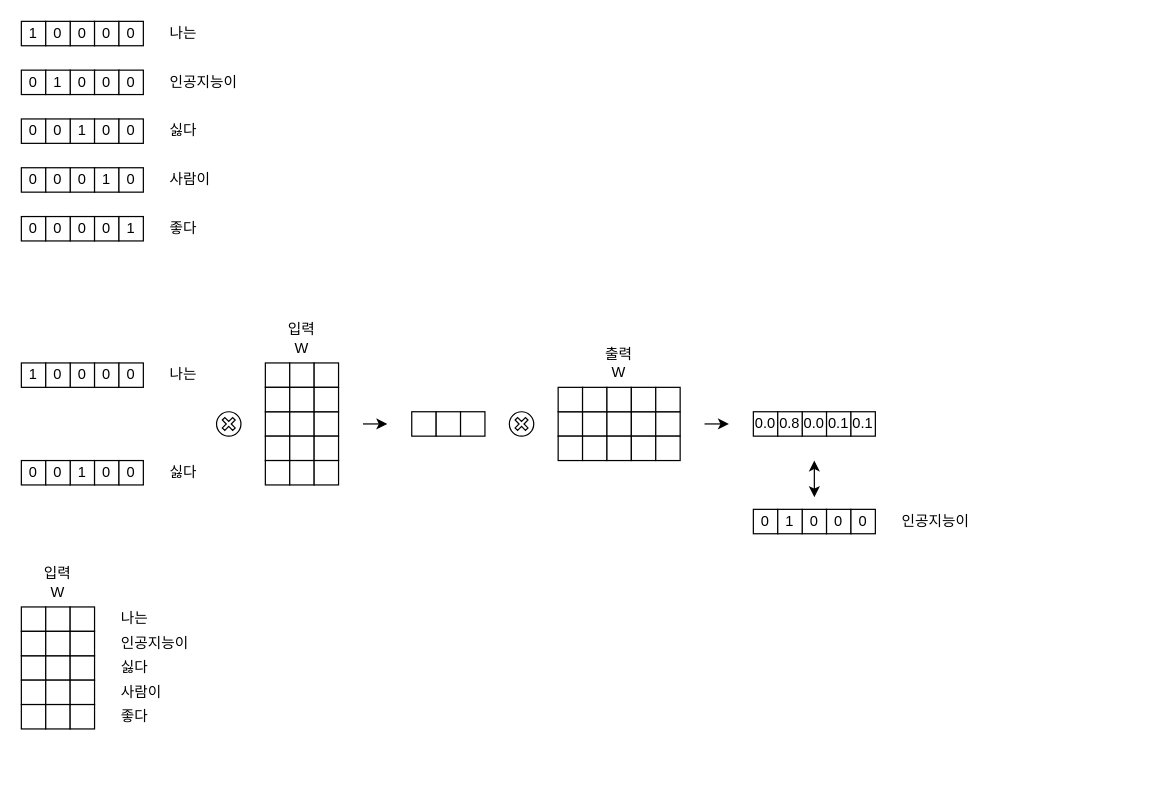
Above: media/posts/nlp_basic/dl_word2vec.drawio in chorockuin/chorockuin.github.io (draw.io), before the change. Source tidied: cells renumbered, new cells numbered last; positions are measured from the earlier drawing's top-left corner, leaving out a move shared by most shapes. Both pictures are drawn from the tidied source at 122%, with x=0, y=0 at pixel (21, 21).
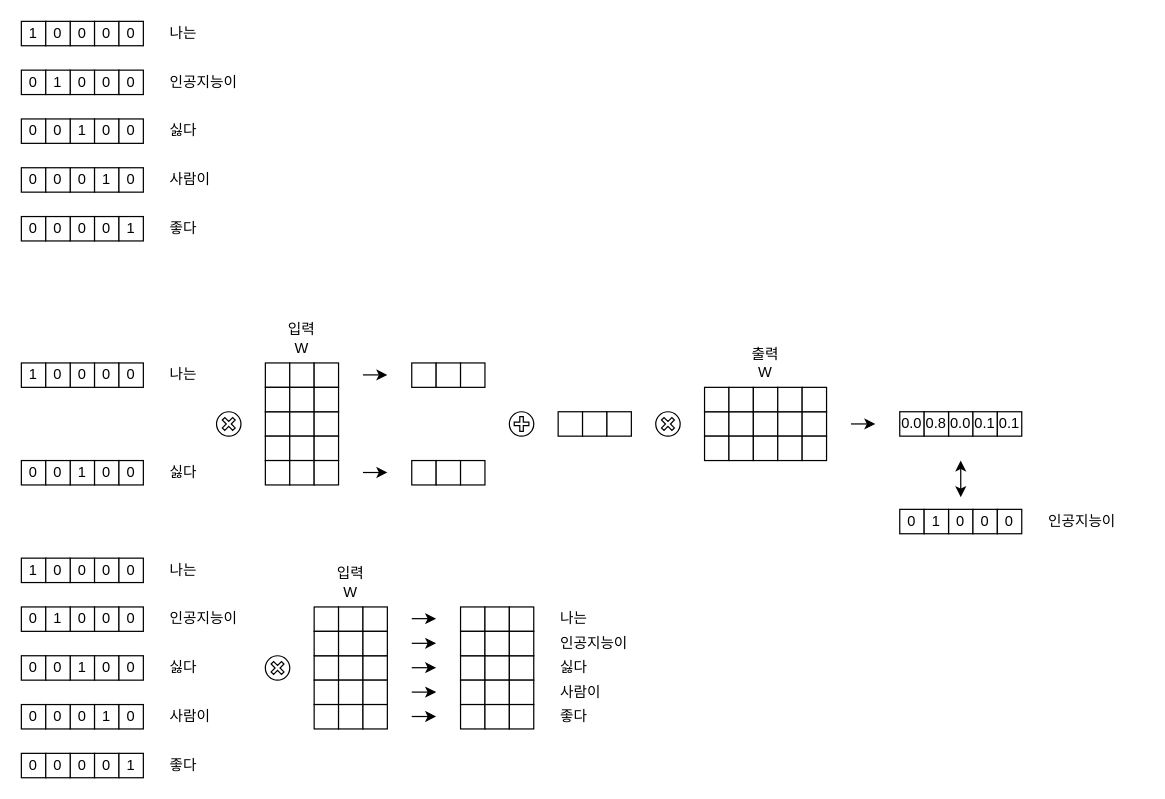
The same page after the edit.

The edit, as a diff of the source:
```diff
@@
     <mxCell id="16" style="group;" parent="1" vertex="1">
-      <mxGeometry x="600" y="400" width="100" height="20" as="geometry" />
+      <mxGeometry x="720" y="400" width="100" height="20" as="geometry" />
     </mxCell>
@@
     <mxCell id="22" value="인공지능이" style="text;html=1;strokeColor=none;fillColor=none;align=left;verticalAlign=middle;whiteSpace=wrap;rounded=0;" parent="1" vertex="1">
-      <mxGeometry x="720" y="400" width="80" height="20" as="geometry" />
+      <mxGeometry x="840" y="400" width="80" height="20" as="geometry" />
     </mxCell>
@@
-    <mxCell id="40" style="edgeStyle=orthogonalEdgeStyle;rounded=0;orthogonalLoop=1;jettySize=auto;html=1;fontSize=16;" parent="1" edge="1">
-      <mxGeometry relative="1" as="geometry">
-        <mxPoint x="280" y="330" as="sourcePoint" />
-        <mxPoint x="300" y="330" as="targetPoint" />
-      </mxGeometry>
-    </mxCell>
     <mxCell id="41" style="group;" parent="1" vertex="1">
-      <mxGeometry x="320" y="320" width="60" height="20" as="geometry" />
+      <mxGeometry x="440" y="320" width="60" height="20" as="geometry" />
     </mxCell>
@@
     <mxCell id="45" style="group;" parent="1" vertex="1">
-      <mxGeometry x="440" y="300" width="20" height="60" as="geometry" />
+      <mxGeometry x="560" y="300" width="20" height="60" as="geometry" />
     </mxCell>
@@
     <mxCell id="49" style="group;" parent="1" vertex="1">
-      <mxGeometry x="460" y="300" width="20" height="60" as="geometry" />
+      <mxGeometry x="580" y="300" width="20" height="60" as="geometry" />
     </mxCell>
@@
     <mxCell id="53" style="group;" parent="1" vertex="1">
-      <mxGeometry x="480" y="300" width="20" height="60" as="geometry" />
+      <mxGeometry x="600" y="300" width="20" height="60" as="geometry" />
     </mxCell>
@@
     <mxCell id="57" style="group;" parent="1" vertex="1">
-      <mxGeometry x="500" y="300" width="20" height="60" as="geometry" />
+      <mxGeometry x="620" y="300" width="20" height="60" as="geometry" />
     </mxCell>
@@
     <mxCell id="61" style="group;" parent="1" vertex="1">
-      <mxGeometry x="520" y="300" width="20" height="60" as="geometry" />
+      <mxGeometry x="640" y="300" width="20" height="60" as="geometry" />
     </mxCell>
@@
     <mxCell id="65" style="edgeStyle=orthogonalEdgeStyle;rounded=0;orthogonalLoop=1;jettySize=auto;html=1;fontSize=16;" parent="1" edge="1">
       <mxGeometry relative="1" as="geometry">
-        <mxPoint x="560" y="330" as="sourcePoint" />
-        <mxPoint x="580" y="330" as="targetPoint" />
+        <mxPoint x="680" y="330" as="sourcePoint" />
+        <mxPoint x="700" y="330" as="targetPoint" />
       </mxGeometry>
     </mxCell>
     <mxCell id="66" style="shape=mxgraph.bpmn.shape;html=1;verticalLabelPosition=bottom;labelBackgroundColor=#ffffff;verticalAlign=top;align=center;perimeter=ellipsePerimeter;outline=standard;symbol=parallelMultiple;strokeColor=#000000;fillColor=none;fontColor=#B3B3B3;rotation=-45;" parent="1" vertex="1">
-      <mxGeometry x="400" y="320" width="20" height="20" as="geometry" />
+      <mxGeometry x="520" y="320" width="20" height="20" as="geometry" />
     </mxCell>
     <mxCell id="67" value="출력&lt;br&gt;W" style="text;html=1;strokeColor=none;fillColor=none;align=center;verticalAlign=middle;whiteSpace=wrap;rounded=0;" parent="1" vertex="1">
-      <mxGeometry x="460" y="260" width="60" height="40" as="geometry" />
+      <mxGeometry x="580" y="260" width="60" height="40" as="geometry" />
     </mxCell>
@@
     <mxCell id="104" style="group;" parent="1" vertex="1">
-      <mxGeometry y="480" width="60" height="100" as="geometry" />
+      <mxGeometry x="240" y="480" width="60" height="100" as="geometry" />
     </mxCell>
@@
     <mxCell id="120" value="입력&lt;br&gt;W" style="text;html=1;strokeColor=none;fillColor=none;align=center;verticalAlign=middle;whiteSpace=wrap;rounded=0;" parent="1" vertex="1">
-      <mxGeometry y="440" width="60" height="40" as="geometry" />
+      <mxGeometry x="240" y="440" width="60" height="40" as="geometry" />
     </mxCell>
     <mxCell id="121" value="나는" style="text;html=1;strokeColor=none;fillColor=none;align=left;verticalAlign=middle;whiteSpace=wrap;rounded=0;" parent="1" vertex="1">
-      <mxGeometry x="80" y="480" width="80" height="20" as="geometry" />
+      <mxGeometry x="440" y="480" width="80" height="20" as="geometry" />
     </mxCell>
     <mxCell id="122" value="인공지능이" style="text;html=1;strokeColor=none;fillColor=none;align=left;verticalAlign=middle;whiteSpace=wrap;rounded=0;" parent="1" vertex="1">
-      <mxGeometry x="80" y="500" width="80" height="20" as="geometry" />
+      <mxGeometry x="440" y="500" width="80" height="20" as="geometry" />
     </mxCell>
     <mxCell id="123" value="싫다" style="text;html=1;strokeColor=none;fillColor=none;align=left;verticalAlign=middle;whiteSpace=wrap;rounded=0;" parent="1" vertex="1">
-      <mxGeometry x="80" y="520" width="80" height="20" as="geometry" />
+      <mxGeometry x="440" y="520" width="80" height="20" as="geometry" />
     </mxCell>
     <mxCell id="124" value="사람이" style="text;html=1;strokeColor=none;fillColor=none;align=left;verticalAlign=middle;whiteSpace=wrap;rounded=0;" parent="1" vertex="1">
-      <mxGeometry x="80" y="540" width="80" height="20" as="geometry" />
+      <mxGeometry x="440" y="540" width="80" height="20" as="geometry" />
     </mxCell>
     <mxCell id="125" value="좋다" style="text;html=1;strokeColor=none;fillColor=none;align=left;verticalAlign=middle;whiteSpace=wrap;rounded=0;" parent="1" vertex="1">
-      <mxGeometry x="80" y="560" width="80" height="20" as="geometry" />
+      <mxGeometry x="440" y="560" width="80" height="20" as="geometry" />
     </mxCell>
     <mxCell id="126" style="group;" parent="1" vertex="1">
-      <mxGeometry x="600" y="320" width="100" height="20" as="geometry" />
+      <mxGeometry x="720" y="320" width="100" height="20" as="geometry" />
     </mxCell>
@@
     <mxCell id="132" style="endArrow=classic;startArrow=classic;html=1;fontSize=16;" parent="1" edge="1">
       <mxGeometry relative="1" as="geometry">
-        <mxPoint x="650" y="390" as="sourcePoint" />
-        <mxPoint x="650" y="360" as="targetPoint" />
+        <mxPoint x="770" y="390" as="sourcePoint" />
+        <mxPoint x="770" y="360" as="targetPoint" />
       </mxGeometry>
     </mxCell>
+    <mxCell id="133" style="group;" parent="1" vertex="1">
+      <mxGeometry x="320" y="280" width="60" height="20" as="geometry" />
+    </mxCell>
+    <mxCell id="134" style="rounded=0;whiteSpace=wrap;html=1;" parent="133" vertex="1">
+      <mxGeometry width="20" height="20" as="geometry" />
+    </mxCell>
+    <mxCell id="135" style="rounded=0;whiteSpace=wrap;html=1;" parent="133" vertex="1">
+      <mxGeometry x="20" width="20" height="20" as="geometry" />
+    </mxCell>
+    <mxCell id="136" style="rounded=0;whiteSpace=wrap;html=1;" parent="133" vertex="1">
+      <mxGeometry x="40" width="20" height="20" as="geometry" />
+    </mxCell>
+    <mxCell id="137" style="group;" parent="1" vertex="1">
+      <mxGeometry x="320" y="360" width="60" height="20" as="geometry" />
+    </mxCell>
+    <mxCell id="138" style="rounded=0;whiteSpace=wrap;html=1;" parent="137" vertex="1">
+      <mxGeometry width="20" height="20" as="geometry" />
+    </mxCell>
+    <mxCell id="139" style="rounded=0;whiteSpace=wrap;html=1;" parent="137" vertex="1">
+      <mxGeometry x="20" width="20" height="20" as="geometry" />
+    </mxCell>
+    <mxCell id="140" style="rounded=0;whiteSpace=wrap;html=1;" parent="137" vertex="1">
+      <mxGeometry x="40" width="20" height="20" as="geometry" />
+    </mxCell>
+    <mxCell id="141" style="edgeStyle=orthogonalEdgeStyle;rounded=0;orthogonalLoop=1;jettySize=auto;html=1;fontSize=16;" parent="1" edge="1">
+      <mxGeometry relative="1" as="geometry">
+        <mxPoint x="280" y="289.8" as="sourcePoint" />
+        <mxPoint x="300" y="289.8" as="targetPoint" />
+      </mxGeometry>
+    </mxCell>
+    <mxCell id="142" style="edgeStyle=orthogonalEdgeStyle;rounded=0;orthogonalLoop=1;jettySize=auto;html=1;fontSize=16;" parent="1" edge="1">
+      <mxGeometry relative="1" as="geometry">
+        <mxPoint x="280" y="369.8" as="sourcePoint" />
+        <mxPoint x="300" y="369.8" as="targetPoint" />
+      </mxGeometry>
+    </mxCell>
+    <mxCell id="143" style="shape=mxgraph.bpmn.shape;html=1;verticalLabelPosition=bottom;labelBackgroundColor=#ffffff;verticalAlign=top;align=center;perimeter=ellipsePerimeter;outline=standard;symbol=parallelMultiple;strokeColor=#000000;fillColor=none;fontColor=#B3B3B3;rotation=-90;" parent="1" vertex="1">
+      <mxGeometry x="400" y="320" width="20" height="20" as="geometry" />
+    </mxCell>
+    <mxCell id="144" value="나는" style="text;html=1;strokeColor=none;fillColor=none;align=left;verticalAlign=middle;whiteSpace=wrap;rounded=0;" parent="1" vertex="1">
+      <mxGeometry x="120" y="440" width="80" height="20" as="geometry" />
+    </mxCell>
+    <mxCell id="145" value="인공지능이" style="text;html=1;strokeColor=none;fillColor=none;align=left;verticalAlign=middle;whiteSpace=wrap;rounded=0;" parent="1" vertex="1">
+      <mxGeometry x="120" y="480" width="80" height="20" as="geometry" />
+    </mxCell>
+    <mxCell id="146" value="싫다" style="text;html=1;strokeColor=none;fillColor=none;align=left;verticalAlign=middle;whiteSpace=wrap;rounded=0;" parent="1" vertex="1">
+      <mxGeometry x="120" y="520" width="80" height="20" as="geometry" />
+    </mxCell>
+    <mxCell id="147" value="사람이" style="text;html=1;strokeColor=none;fillColor=none;align=left;verticalAlign=middle;whiteSpace=wrap;rounded=0;" parent="1" vertex="1">
+      <mxGeometry x="120" y="560" width="80" height="20" as="geometry" />
+    </mxCell>
+    <mxCell id="148" value="좋다" style="text;html=1;strokeColor=none;fillColor=none;align=left;verticalAlign=middle;whiteSpace=wrap;rounded=0;" parent="1" vertex="1">
+      <mxGeometry x="120" y="600" width="80" height="20" as="geometry" />
+    </mxCell>
+    <mxCell id="149" style="group;" parent="1" vertex="1">
+      <mxGeometry y="440" width="100" height="20" as="geometry" />
+    </mxCell>
+    <mxCell id="150" value="0" style="rounded=0;whiteSpace=wrap;html=1;" parent="149" vertex="1">
+      <mxGeometry x="40" width="20" height="20" as="geometry" />
+    </mxCell>
+    <mxCell id="151" value="0" style="rounded=0;whiteSpace=wrap;html=1;" parent="149" vertex="1">
+      <mxGeometry x="60" width="20" height="20" as="geometry" />
+    </mxCell>
+    <mxCell id="152" value="0" style="rounded=0;whiteSpace=wrap;html=1;" parent="149" vertex="1">
+      <mxGeometry x="80" width="20" height="20" as="geometry" />
+    </mxCell>
+    <mxCell id="153" value="1" style="rounded=0;whiteSpace=wrap;html=1;" parent="149" vertex="1">
+      <mxGeometry width="20" height="20" as="geometry" />
+    </mxCell>
+    <mxCell id="154" value="0" style="rounded=0;whiteSpace=wrap;html=1;" parent="149" vertex="1">
+      <mxGeometry x="20" width="20" height="20" as="geometry" />
+    </mxCell>
+    <mxCell id="155" style="group;" parent="1" vertex="1">
+      <mxGeometry y="480" width="100" height="20" as="geometry" />
+    </mxCell>
+    <mxCell id="156" value="0" style="rounded=0;whiteSpace=wrap;html=1;" parent="155" vertex="1">
+      <mxGeometry x="40" width="20" height="20" as="geometry" />
+    </mxCell>
+    <mxCell id="157" value="0" style="rounded=0;whiteSpace=wrap;html=1;" parent="155" vertex="1">
+      <mxGeometry x="60" width="20" height="20" as="geometry" />
+    </mxCell>
+    <mxCell id="158" value="0" style="rounded=0;whiteSpace=wrap;html=1;" parent="155" vertex="1">
+      <mxGeometry x="80" width="20" height="20" as="geometry" />
+    </mxCell>
+    <mxCell id="159" value="0" style="rounded=0;whiteSpace=wrap;html=1;" parent="155" vertex="1">
+      <mxGeometry width="20" height="20" as="geometry" />
+    </mxCell>
+    <mxCell id="160" value="1" style="rounded=0;whiteSpace=wrap;html=1;" parent="155" vertex="1">
+      <mxGeometry x="20" width="20" height="20" as="geometry" />
+    </mxCell>
+    <mxCell id="161" style="group;" parent="1" vertex="1">
+      <mxGeometry y="520" width="100" height="20" as="geometry" />
+    </mxCell>
+    <mxCell id="162" value="1" style="rounded=0;whiteSpace=wrap;html=1;" parent="161" vertex="1">
+      <mxGeometry x="40" width="20" height="20" as="geometry" />
+    </mxCell>
+    <mxCell id="163" value="0" style="rounded=0;whiteSpace=wrap;html=1;" parent="161" vertex="1">
+      <mxGeometry x="60" width="20" height="20" as="geometry" />
+    </mxCell>
+    <mxCell id="164" value="0" style="rounded=0;whiteSpace=wrap;html=1;" parent="161" vertex="1">
+      <mxGeometry x="80" width="20" height="20" as="geometry" />
+    </mxCell>
+    <mxCell id="165" value="0" style="rounded=0;whiteSpace=wrap;html=1;" parent="161" vertex="1">
+      <mxGeometry width="20" height="20" as="geometry" />
+    </mxCell>
+    <mxCell id="166" value="0" style="rounded=0;whiteSpace=wrap;html=1;" parent="161" vertex="1">
+      <mxGeometry x="20" width="20" height="20" as="geometry" />
+    </mxCell>
+    <mxCell id="167" style="group;" parent="1" vertex="1">
+      <mxGeometry y="560" width="100" height="20" as="geometry" />
+    </mxCell>
+    <mxCell id="168" value="0" style="rounded=0;whiteSpace=wrap;html=1;" parent="167" vertex="1">
+      <mxGeometry x="40" width="20" height="20" as="geometry" />
+    </mxCell>
+    <mxCell id="169" value="1" style="rounded=0;whiteSpace=wrap;html=1;" parent="167" vertex="1">
+      <mxGeometry x="60" width="20" height="20" as="geometry" />
+    </mxCell>
+    <mxCell id="170" value="0" style="rounded=0;whiteSpace=wrap;html=1;" parent="167" vertex="1">
+      <mxGeometry x="80" width="20" height="20" as="geometry" />
+    </mxCell>
+    <mxCell id="171" value="0" style="rounded=0;whiteSpace=wrap;html=1;" parent="167" vertex="1">
+      <mxGeometry width="20" height="20" as="geometry" />
+    </mxCell>
+    <mxCell id="172" value="0" style="rounded=0;whiteSpace=wrap;html=1;" parent="167" vertex="1">
+      <mxGeometry x="20" width="20" height="20" as="geometry" />
+    </mxCell>
+    <mxCell id="173" style="group;" parent="1" vertex="1">
+      <mxGeometry y="600" width="100" height="20" as="geometry" />
+    </mxCell>
+    <mxCell id="174" value="0" style="rounded=0;whiteSpace=wrap;html=1;" parent="173" vertex="1">
+      <mxGeometry x="40" width="20" height="20" as="geometry" />
+    </mxCell>
+    <mxCell id="175" value="0" style="rounded=0;whiteSpace=wrap;html=1;" parent="173" vertex="1">
+      <mxGeometry x="60" width="20" height="20" as="geometry" />
+    </mxCell>
+    <mxCell id="176" value="1" style="rounded=0;whiteSpace=wrap;html=1;" parent="173" vertex="1">
+      <mxGeometry x="80" width="20" height="20" as="geometry" />
+    </mxCell>
+    <mxCell id="177" value="0" style="rounded=0;whiteSpace=wrap;html=1;" parent="173" vertex="1">
+      <mxGeometry width="20" height="20" as="geometry" />
+    </mxCell>
+    <mxCell id="178" value="0" style="rounded=0;whiteSpace=wrap;html=1;" parent="173" vertex="1">
+      <mxGeometry x="20" width="20" height="20" as="geometry" />
+    </mxCell>
+    <mxCell id="179" style="shape=mxgraph.bpmn.shape;html=1;verticalLabelPosition=bottom;labelBackgroundColor=#ffffff;verticalAlign=top;align=center;perimeter=ellipsePerimeter;outline=standard;symbol=parallelMultiple;strokeColor=#000000;fillColor=none;fontColor=#B3B3B3;rotation=-45;" parent="1" vertex="1">
+      <mxGeometry x="200" y="520" width="20" height="20" as="geometry" />
+    </mxCell>
+    <mxCell id="180" style="group;" parent="1" vertex="1">
+      <mxGeometry x="360" y="480" width="60" height="100" as="geometry" />
+    </mxCell>
+    <mxCell id="181" style="rounded=0;whiteSpace=wrap;html=1;" parent="180" vertex="1">
+      <mxGeometry y="40" width="20" height="20" as="geometry" />
+    </mxCell>
+    <mxCell id="182" style="rounded=0;whiteSpace=wrap;html=1;" parent="180" vertex="1">
+      <mxGeometry y="60" width="20" height="20" as="geometry" />
+    </mxCell>
+    <mxCell id="183" style="rounded=0;whiteSpace=wrap;html=1;" parent="180" vertex="1">
+      <mxGeometry y="80" width="20" height="20" as="geometry" />
+    </mxCell>
+    <mxCell id="184" style="rounded=0;whiteSpace=wrap;html=1;" parent="180" vertex="1">
+      <mxGeometry width="20" height="20" as="geometry" />
+    </mxCell>
+    <mxCell id="185" style="rounded=0;whiteSpace=wrap;html=1;" parent="180" vertex="1">
+      <mxGeometry y="20" width="20" height="20" as="geometry" />
+    </mxCell>
+    <mxCell id="186" style="rounded=0;whiteSpace=wrap;html=1;" parent="180" vertex="1">
+      <mxGeometry x="20" y="40" width="20" height="20" as="geometry" />
+    </mxCell>
+    <mxCell id="187" style="rounded=0;whiteSpace=wrap;html=1;" parent="180" vertex="1">
+      <mxGeometry x="20" y="60" width="20" height="20" as="geometry" />
+    </mxCell>
+    <mxCell id="188" style="rounded=0;whiteSpace=wrap;html=1;" parent="180" vertex="1">
+      <mxGeometry x="20" y="80" width="20" height="20" as="geometry" />
+    </mxCell>
+    <mxCell id="189" style="rounded=0;whiteSpace=wrap;html=1;" parent="180" vertex="1">
+      <mxGeometry x="20" width="20" height="20" as="geometry" />
+    </mxCell>
+    <mxCell id="190" style="rounded=0;whiteSpace=wrap;html=1;" parent="180" vertex="1">
+      <mxGeometry x="20" y="20" width="20" height="20" as="geometry" />
+    </mxCell>
+    <mxCell id="191" style="rounded=0;whiteSpace=wrap;html=1;" parent="180" vertex="1">
+      <mxGeometry x="40" y="40" width="20" height="20" as="geometry" />
+    </mxCell>
+    <mxCell id="192" style="rounded=0;whiteSpace=wrap;html=1;" parent="180" vertex="1">
+      <mxGeometry x="40" y="60" width="20" height="20" as="geometry" />
+    </mxCell>
+    <mxCell id="193" style="rounded=0;whiteSpace=wrap;html=1;" parent="180" vertex="1">
+      <mxGeometry x="40" y="80" width="20" height="20" as="geometry" />
+    </mxCell>
+    <mxCell id="194" style="rounded=0;whiteSpace=wrap;html=1;" parent="180" vertex="1">
+      <mxGeometry x="40" width="20" height="20" as="geometry" />
+    </mxCell>
+    <mxCell id="195" style="rounded=0;whiteSpace=wrap;html=1;" parent="180" vertex="1">
+      <mxGeometry x="40" y="20" width="20" height="20" as="geometry" />
+    </mxCell>
+    <mxCell id="196" style="edgeStyle=orthogonalEdgeStyle;rounded=0;orthogonalLoop=1;jettySize=auto;html=1;fontSize=16;" parent="1" edge="1">
+      <mxGeometry relative="1" as="geometry">
+        <mxPoint x="320" y="489.6" as="sourcePoint" />
+        <mxPoint x="340" y="489.6" as="targetPoint" />
+      </mxGeometry>
+    </mxCell>
+    <mxCell id="197" style="edgeStyle=orthogonalEdgeStyle;rounded=0;orthogonalLoop=1;jettySize=auto;html=1;fontSize=16;" parent="1" edge="1">
+      <mxGeometry relative="1" as="geometry">
+        <mxPoint x="320" y="509.8" as="sourcePoint" />
+        <mxPoint x="340" y="509.8" as="targetPoint" />
+      </mxGeometry>
+    </mxCell>
+    <mxCell id="198" style="edgeStyle=orthogonalEdgeStyle;rounded=0;orthogonalLoop=1;jettySize=auto;html=1;fontSize=16;" parent="1" edge="1">
+      <mxGeometry relative="1" as="geometry">
+        <mxPoint x="320" y="529.8" as="sourcePoint" />
+        <mxPoint x="340" y="529.8" as="targetPoint" />
+      </mxGeometry>
+    </mxCell>
+    <mxCell id="199" style="edgeStyle=orthogonalEdgeStyle;rounded=0;orthogonalLoop=1;jettySize=auto;html=1;fontSize=16;" parent="1" edge="1">
+      <mxGeometry relative="1" as="geometry">
+        <mxPoint x="320" y="549.8" as="sourcePoint" />
+        <mxPoint x="340" y="549.8" as="targetPoint" />
+      </mxGeometry>
+    </mxCell>
+    <mxCell id="200" style="edgeStyle=orthogonalEdgeStyle;rounded=0;orthogonalLoop=1;jettySize=auto;html=1;fontSize=16;" parent="1" edge="1">
+      <mxGeometry relative="1" as="geometry">
+        <mxPoint x="320" y="569.8" as="sourcePoint" />
+        <mxPoint x="340" y="569.8" as="targetPoint" />
+      </mxGeometry>
+    </mxCell>
```
